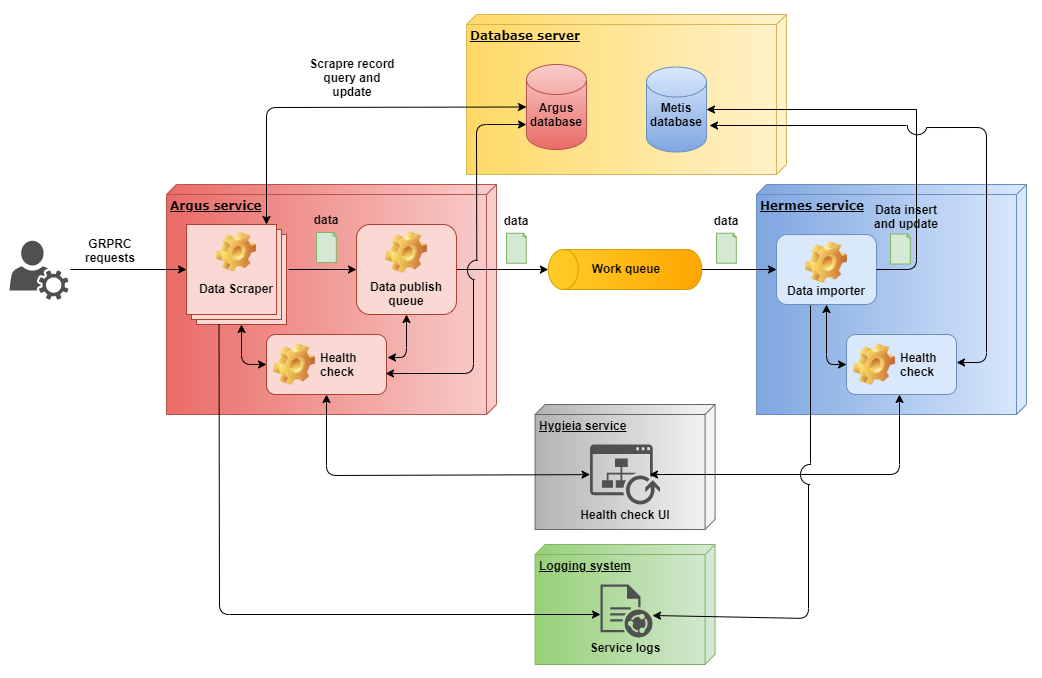
weizhi-luo/stocks keeps this draw.io diagram as doc/images/overview.png. Above is the earlier version. Source tidied: cells renumbered, new cells last; positions are measured from the earlier drawing's top-left corner, leaving out a move shared by most shapes.
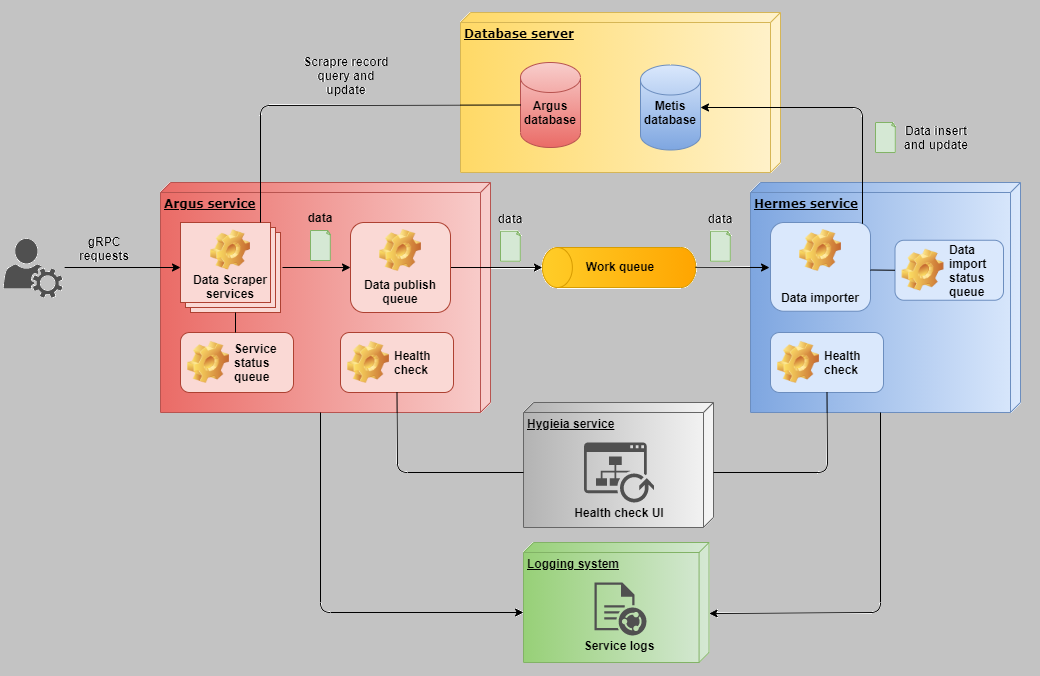
The same file after the commit.

Diff of the diagram source:
```diff
@@ -24,9 +24,9 @@
       <mxGeometry x="347" y="210" width="100" height="90" as="geometry" />
     </mxCell>
     <mxCell id="9" style="verticalLabelPosition=bottom;verticalAlign=top;html=1;shape=mxgraph.basic.layered_rect;dx=10;outlineConnect=0;fillColor=#fad9d5;strokeColor=#ae4132;" parent="1" vertex="1">
-      <mxGeometry x="177" y="210" width="100" height="100" as="geometry" />
+      <mxGeometry x="177" y="210" width="100" height="90" as="geometry" />
     </mxCell>
-    <mxCell id="10" value="&lt;b&gt;Data Scraper&lt;/b&gt;" style="text;html=1;strokeColor=none;fillColor=none;align=center;verticalAlign=middle;whiteSpace=wrap;rounded=0;" parent="1" vertex="1">
+    <mxCell id="10" value="&lt;b&gt;Data Scraper services&lt;/b&gt;" style="text;html=1;strokeColor=none;fillColor=none;align=center;verticalAlign=middle;whiteSpace=wrap;rounded=0;" parent="1" vertex="1">
       <mxGeometry x="187" y="263.8" width="80" height="20" as="geometry" />
     </mxCell>
     <mxCell id="11" style="edgeStyle=orthogonalEdgeStyle;rounded=0;orthogonalLoop=1;jettySize=auto;html=1;exitX=0.5;exitY=1;exitDx=0;exitDy=0;" parent="1" edge="1" source="8" target="8">
@@ -39,7 +39,7 @@
       <mxGeometry x="497" y="218.8" width="20" height="30" as="geometry" />
     </mxCell>
     <mxCell id="14" value="Data importer" style="label;whiteSpace=wrap;html=1;align=center;verticalAlign=bottom;spacingLeft=0;spacingBottom=4;imageAlign=center;imageVerticalAlign=top;image=img/clipart/Gear_128x128.png;fillColor=#dae8fc;strokeColor=#6c8ebf;" parent="1" vertex="1">
-      <mxGeometry x="767" y="220" width="100" height="70" as="geometry" />
+      <mxGeometry x="767" y="210" width="100" height="88.8" as="geometry" />
     </mxCell>
     <mxCell id="15" style="whiteSpace=wrap;html=1;shape=mxgraph.basic.document;fillColor=#d5e8d4;strokeColor=#82b366;" parent="1" vertex="1">
       <mxGeometry x="707" y="218.8" width="20" height="30" as="geometry" />
@@ -65,7 +65,7 @@
     <mxCell id="22" value="&lt;b&gt;data&lt;/b&gt;" style="text;html=1;strokeColor=none;fillColor=none;align=center;verticalAlign=middle;whiteSpace=wrap;rounded=0;" parent="1" vertex="1">
       <mxGeometry x="697" y="196" width="40" height="20" as="geometry" />
     </mxCell>
-    <mxCell id="23" style="endArrow=classic;startArrow=classic;html=1;exitX=0.8;exitY=0;exitDx=0;exitDy=0;exitPerimeter=0;entryX=0;entryY=0.5;entryDx=0;entryDy=0;entryPerimeter=0;" parent="1" edge="1" source="9" target="16">
+    <mxCell id="23" style="endArrow=none;startArrow=none;html=1;exitX=0.8;exitY=0;exitDx=0;exitDy=0;exitPerimeter=0;entryX=0;entryY=0.5;entryDx=0;entryDy=0;entryPerimeter=0;startFill=0;endFill=0;" parent="1" edge="1" source="9" target="16">
       <mxGeometry relative="1" as="geometry">
         <Array as="points">
           <mxPoint x="257" y="93" />
@@ -75,101 +75,35 @@
     <mxCell id="24" value="&lt;b&gt;Scrapre record query and update&lt;/b&gt;" style="text;html=1;strokeColor=none;fillColor=none;align=center;verticalAlign=middle;whiteSpace=wrap;rounded=0;" parent="1" vertex="1">
       <mxGeometry x="297" y="52.5" width="92" height="20" as="geometry" />
     </mxCell>
-    <mxCell id="25" style="endArrow=classic;html=1;entryX=1;entryY=0.5;entryDx=0;entryDy=0;entryPerimeter=0;startArrow=none;" parent="1" edge="1" target="17">
+    <mxCell id="25" style="endArrow=classic;html=1;entryX=1;entryY=0.5;entryDx=0;entryDy=0;entryPerimeter=0;startArrow=none;endFill=1;exitX=0.92;exitY=0.014;exitDx=0;exitDy=0;exitPerimeter=0;" parent="1" edge="1" source="14" target="17">
       <mxGeometry relative="1" as="geometry">
-        <mxPoint x="907" y="95" as="sourcePoint" />
+        <Array as="points">
+          <mxPoint x="859" y="95" />
+        </Array>
       </mxGeometry>
     </mxCell>
     <mxCell id="26" value="&lt;b&gt;Data insert and update&lt;/b&gt;" style="text;html=1;strokeColor=none;fillColor=none;align=center;verticalAlign=middle;whiteSpace=wrap;rounded=0;" parent="1" vertex="1">
-      <mxGeometry x="864" y="191.8" width="66" height="20" as="geometry" />
+      <mxGeometry x="900" y="115" width="66" height="20" as="geometry" />
     </mxCell>
     <mxCell id="27" style="whiteSpace=wrap;html=1;shape=mxgraph.basic.document;fillColor=#d5e8d4;strokeColor=#82b366;" parent="1" vertex="1">
-      <mxGeometry x="881" y="219.5" width="20" height="30" as="geometry" />
+      <mxGeometry x="872" y="110" width="20" height="30" as="geometry" />
     </mxCell>
     <mxCell id="28" style="shape=image;html=1;verticalLabelPosition=bottom;verticalAlign=top;imageAspect=0;image=img/clipart/Gear_128x128.png;" parent="1" vertex="1">
       <mxGeometry x="207" y="217.5" width="40" height="40" as="geometry" />
     </mxCell>
-    <mxCell id="29" style="endArrow=classic;html=1;exitX=0.5;exitY=1;exitDx=0;exitDy=0;exitPerimeter=0;entryX=0;entryY=0.5;entryDx=0;entryDy=0;" parent="1" edge="1" source="5" target="14">
-      <mxGeometry relative="1" as="geometry" />
-    </mxCell>
     <mxCell id="30" value="Health check" style="label;whiteSpace=wrap;html=1;image=img/clipart/Gear_128x128.png;fillColor=#fad9d5;strokeColor=#ae4132;" parent="1" vertex="1">
-      <mxGeometry x="257" y="320" width="120" height="60" as="geometry" />
+      <mxGeometry x="337" y="320" width="113" height="60" as="geometry" />
     </mxCell>
     <mxCell id="31" value="Health check" style="label;whiteSpace=wrap;html=1;image=img/clipart/Gear_128x128.png;fillColor=#dae8fc;strokeColor=#6c8ebf;" parent="1" vertex="1">
-      <mxGeometry x="837" y="320" width="110" height="60" as="geometry" />
+      <mxGeometry x="767" y="320" width="113" height="60" as="geometry" />
     </mxCell>
-    <mxCell id="32" style="endArrow=classic;html=1;entryX=0;entryY=0.5;entryDx=0;entryDy=0;exitX=1.02;exitY=0.45;exitDx=0;exitDy=0;exitPerimeter=0;" parent="1" edge="1" source="9" target="8">
-      <mxGeometry relative="1" as="geometry" />
+    <mxCell id="32" style="endArrow=classic;html=1;entryX=0;entryY=0.5;entryDx=0;entryDy=0;" parent="1" edge="1" target="8">
+      <mxGeometry relative="1" as="geometry">
+        <mxPoint x="279" y="255" as="sourcePoint" />
+      </mxGeometry>
     </mxCell>
-    <mxCell id="33" style="verticalLabelPosition=bottom;verticalAlign=top;html=1;shape=mxgraph.basic.arc;startAngle=0.5389895651886847;endAngle=0.015862758715276787;" parent="1" vertex="1">
-      <mxGeometry x="458" y="245.8" width="18.6" height="20" as="geometry" />
-    </mxCell>
-    <mxCell id="34" style="endArrow=classic;html=1;" parent="1" edge="1" source="33">
-      <mxGeometry relative="1" as="geometry">
-        <mxPoint x="517" y="110" as="targetPoint" />
-        <Array as="points">
-          <mxPoint x="467" y="110" />
-        </Array>
-      </mxGeometry>
-    </mxCell>
-    <mxCell id="35" style="endArrow=none;html=1;exitX=0.992;exitY=0.65;exitDx=0;exitDy=0;entryX=0.323;entryY=0.963;entryDx=0;entryDy=0;entryPerimeter=0;exitPerimeter=0;startArrow=classic;startFill=1;" parent="1" edge="1" source="30" target="33">
-      <mxGeometry relative="1" as="geometry">
-        <Array as="points">
-          <mxPoint x="464" y="359" />
-        </Array>
-      </mxGeometry>
-    </mxCell>
-    <mxCell id="36" style="endArrow=classic;html=1;exitX=1.008;exitY=0.383;exitDx=0;exitDy=0;exitPerimeter=0;entryX=0.5;entryY=1;entryDx=0;entryDy=0;startArrow=classic;startFill=1;" parent="1" edge="1" source="30" target="8">
-      <mxGeometry relative="1" as="geometry">
-        <Array as="points">
-          <mxPoint x="397" y="343" />
-        </Array>
-      </mxGeometry>
-    </mxCell>
-    <mxCell id="37" style="endArrow=classic;html=1;entryX=0;entryY=0;entryDx=55;entryDy=100;entryPerimeter=0;exitX=0;exitY=0.5;exitDx=0;exitDy=0;startArrow=classic;startFill=1;" parent="1" edge="1" source="30" target="9">
-      <mxGeometry relative="1" as="geometry">
-        <Array as="points">
-          <mxPoint x="232" y="350" />
-        </Array>
-      </mxGeometry>
-    </mxCell>
-    <mxCell id="38" style="endArrow=classic;html=1;exitX=0;exitY=0.5;exitDx=0;exitDy=0;entryX=0.5;entryY=1;entryDx=0;entryDy=0;startArrow=classic;startFill=1;" parent="1" edge="1" source="31" target="14">
-      <mxGeometry relative="1" as="geometry">
-        <Array as="points">
-          <mxPoint x="817" y="350" />
-        </Array>
-      </mxGeometry>
-    </mxCell>
-    <mxCell id="39" style="verticalLabelPosition=bottom;verticalAlign=top;html=1;shape=mxgraph.basic.arc;startAngle=0.5389895651886847;endAngle=0.015862758715276787;rotation=-92;" parent="1" vertex="1">
-      <mxGeometry x="898.4" y="101" width="18.6" height="20" as="geometry" />
-    </mxCell>
-    <mxCell id="40" style="endArrow=none;html=1;exitX=1;exitY=0.5;exitDx=0;exitDy=0;" parent="1" edge="1" source="14">
-      <mxGeometry relative="1" as="geometry">
-        <mxPoint x="907" y="95" as="targetPoint" />
-        <Array as="points">
-          <mxPoint x="907" y="255" />
-          <mxPoint x="907" y="95" />
-        </Array>
-      </mxGeometry>
-    </mxCell>
-    <mxCell id="41" style="endArrow=classic;html=1;entryX=1.05;entryY=0.747;entryDx=0;entryDy=0;entryPerimeter=0;" parent="1" edge="1">
-      <mxGeometry relative="1" as="geometry">
-        <mxPoint x="897" y="111" as="sourcePoint" />
-        <mxPoint x="700" y="111" as="targetPoint" />
-      </mxGeometry>
-    </mxCell>
-    <mxCell id="42" style="endArrow=none;html=1;entryX=0.267;entryY=0.957;entryDx=0;entryDy=0;entryPerimeter=0;startArrow=classic;startFill=1;" parent="1" edge="1">
-      <mxGeometry relative="1" as="geometry">
-        <mxPoint x="947" y="348" as="sourcePoint" />
-        <mxPoint x="917" y="113" as="targetPoint" />
-        <Array as="points">
-          <mxPoint x="977" y="348" />
-          <mxPoint x="977" y="113" />
-        </Array>
-      </mxGeometry>
-    </mxCell>
     <mxCell id="43" value="&lt;b&gt;Hygieia service&lt;/b&gt;" style="verticalAlign=top;align=left;spacingTop=8;spacingLeft=2;spacingRight=12;shape=cube;size=10;direction=south;fontStyle=4;html=1;gradientColor=#b3b3b3;fillColor=#f5f5f5;strokeColor=#666666;" parent="1" vertex="1">
-      <mxGeometry x="525.6" y="390" width="180" height="125" as="geometry" />
+      <mxGeometry x="520" y="390" width="190" height="125" as="geometry" />
     </mxCell>
     <mxCell id="44" style="shadow=0;dashed=0;html=1;strokeColor=none;fillColor=#505050;labelPosition=center;verticalLabelPosition=bottom;verticalAlign=top;outlineConnect=0;align=center;shape=mxgraph.office.sites.publish;" parent="1" vertex="1">
       <mxGeometry x="580.6" y="430" width="70" height="60" as="geometry" />
@@ -180,7 +114,7 @@
     <mxCell id="46" style="shadow=0;dashed=0;html=1;strokeColor=none;fillColor=#505050;labelPosition=center;verticalLabelPosition=bottom;verticalAlign=top;align=center;shape=mxgraph.office.users.user_services;" parent="1" vertex="1">
       <mxGeometry y="226.2" width="59" height="59" as="geometry" />
     </mxCell>
-    <mxCell id="47" value="&lt;b&gt;GRPRC requests&lt;/b&gt;" style="text;html=1;strokeColor=none;fillColor=none;align=center;verticalAlign=middle;whiteSpace=wrap;rounded=0;" parent="1" vertex="1">
+    <mxCell id="47" value="&lt;b&gt;gRPC requests&lt;/b&gt;" style="text;html=1;strokeColor=none;fillColor=none;align=center;verticalAlign=middle;whiteSpace=wrap;rounded=0;" parent="1" vertex="1">
       <mxGeometry x="81" y="225.8" width="40" height="20" as="geometry" />
     </mxCell>
     <mxCell id="48" style="endArrow=classic;html=1;entryX=0;entryY=0;entryDx=0;entryDy=45;entryPerimeter=0;" parent="1" edge="1" target="9">
@@ -189,7 +123,7 @@
       </mxGeometry>
     </mxCell>
     <mxCell id="49" value="&lt;b&gt;Logging system&lt;/b&gt;" style="verticalAlign=top;align=left;spacingTop=8;spacingLeft=2;spacingRight=12;shape=cube;size=10;direction=south;fontStyle=4;html=1;fillColor=#d5e8d4;strokeColor=#82b366;gradientColor=#97d077;" parent="1" vertex="1">
-      <mxGeometry x="525.6" y="530" width="180" height="120" as="geometry" />
+      <mxGeometry x="520" y="530" width="185.6" height="120" as="geometry" />
     </mxCell>
     <mxCell id="50" style="shadow=0;dashed=0;html=1;strokeColor=none;fillColor=#505050;labelPosition=center;verticalLabelPosition=bottom;verticalAlign=top;align=center;shape=mxgraph.office.concepts.document_shared;" parent="1" vertex="1">
       <mxGeometry x="591" y="570" width="52" height="53" as="geometry" />
@@ -197,46 +131,59 @@
     <mxCell id="51" value="&lt;b&gt;Service logs&lt;/b&gt;" style="text;html=1;strokeColor=none;fillColor=none;align=center;verticalAlign=middle;whiteSpace=wrap;rounded=0;" parent="1" vertex="1">
       <mxGeometry x="565.6" y="623" width="100" height="20" as="geometry" />
     </mxCell>
-    <mxCell id="52" style="endArrow=classic;html=1;exitX=0;exitY=0;exitDx=32.5;exitDy=100;exitPerimeter=0;" parent="1" edge="1" source="9">
+    <mxCell id="52" style="endArrow=classic;html=1;endFill=1;exitX=0;exitY=0;exitDx=230;exitDy=170;exitPerimeter=0;" parent="1" edge="1" source="2">
       <mxGeometry relative="1" as="geometry">
-        <mxPoint x="591" y="600" as="targetPoint" />
+        <mxPoint x="520" y="600" as="targetPoint" />
         <Array as="points">
-          <mxPoint x="210" y="600" />
+          <mxPoint x="317" y="600" />
         </Array>
       </mxGeometry>
     </mxCell>
-    <mxCell id="53" style="verticalLabelPosition=bottom;verticalAlign=top;html=1;shape=mxgraph.basic.arc;startAngle=0.5047732166712652;endAngle=0.015862758715276787;" parent="1" vertex="1">
-      <mxGeometry x="791" y="450" width="18.6" height="20" as="geometry" />
-    </mxCell>
-    <mxCell id="54" style="endArrow=classic;html=1;" parent="1" edge="1">
+    <mxCell id="54" style="endArrow=classic;html=1;exitX=0;exitY=0;exitDx=230;exitDy=140;exitPerimeter=0;" parent="1" edge="1" source="3">
       <mxGeometry relative="1" as="geometry">
-        <mxPoint x="799" y="470" as="sourcePoint" />
-        <mxPoint x="643" y="601" as="targetPoint" />
+        <mxPoint x="705.6" y="601" as="targetPoint" />
         <Array as="points">
-          <mxPoint x="799" y="604" />
+          <mxPoint x="877" y="600" />
         </Array>
       </mxGeometry>
     </mxCell>
-    <mxCell id="55" style="endArrow=none;html=1;" parent="1" edge="1">
-      <mxGeometry relative="1" as="geometry">
-        <mxPoint x="801" y="449" as="sourcePoint" />
-        <mxPoint x="801" y="291" as="targetPoint" />
-      </mxGeometry>
-    </mxCell>
-    <mxCell id="56" style="endArrow=classic;startArrow=classic;html=1;exitX=0.5;exitY=1;exitDx=0;exitDy=0;" parent="1" edge="1" source="30" target="44">
+    <mxCell id="56" style="endArrow=none;startArrow=none;html=1;exitX=0.5;exitY=1;exitDx=0;exitDy=0;endFill=0;startFill=0;" parent="1" edge="1" source="30">
       <mxGeometry relative="1" as="geometry">
+        <mxPoint x="520" y="460" as="targetPoint" />
         <Array as="points">
-          <mxPoint x="317" y="461" />
+          <mxPoint x="394" y="460" />
         </Array>
       </mxGeometry>
     </mxCell>
-    <mxCell id="57" style="endArrow=classic;startArrow=classic;html=1;exitX=0.849;exitY=0.5;exitDx=0;exitDy=0;exitPerimeter=0;" parent="1" edge="1" source="44">
+    <mxCell id="57" style="endArrow=none;startArrow=none;html=1;endFill=0;startFill=0;entryX=0.5;entryY=1;entryDx=0;entryDy=0;" parent="1" edge="1" target="31">
       <mxGeometry relative="1" as="geometry">
-        <mxPoint x="890" y="380" as="targetPoint" />
+        <mxPoint x="710" y="460" as="sourcePoint" />
         <Array as="points">
-          <mxPoint x="890" y="460" />
+          <mxPoint x="824" y="460" />
         </Array>
       </mxGeometry>
     </mxCell>
+    <mxCell id="58" style="endArrow=classic;html=1;strokeWidth=1;entryX=-0.01;entryY=0.575;entryDx=0;entryDy=0;entryPerimeter=0;" parent="1" edge="1">
+      <mxGeometry relative="1" as="geometry">
+        <mxPoint x="692" y="254.8" as="sourcePoint" />
+        <mxPoint x="766" y="255" as="targetPoint" />
+      </mxGeometry>
+    </mxCell>
+    <mxCell id="59" value="Service status queue" style="label;whiteSpace=wrap;html=1;image=img/clipart/Gear_128x128.png;strokeWidth=1;fillColor=#fad9d5;strokeColor=#ae4132;" parent="1" vertex="1">
+      <mxGeometry x="177" y="320" width="113" height="60" as="geometry" />
+    </mxCell>
+    <mxCell id="60" style="endArrow=none;html=1;strokeWidth=1;entryX=0;entryY=0;entryDx=55;entryDy=90;entryPerimeter=0;" parent="1" edge="1" target="9">
+      <mxGeometry relative="1" as="geometry">
+        <mxPoint x="232" y="320" as="sourcePoint" />
+      </mxGeometry>
+    </mxCell>
+    <mxCell id="61" value="Data import status queue" style="label;whiteSpace=wrap;html=1;image=img/clipart/Gear_128x128.png;strokeWidth=1;fillColor=#dae8fc;strokeColor=#6c8ebf;" parent="1" vertex="1">
+      <mxGeometry x="891.5" y="227.8" width="108.5" height="60" as="geometry" />
+    </mxCell>
+    <mxCell id="62" style="endArrow=none;html=1;strokeWidth=1;entryX=0;entryY=0.5;entryDx=0;entryDy=0;" parent="1" edge="1" target="61">
+      <mxGeometry relative="1" as="geometry">
+        <mxPoint x="867" y="257.5" as="sourcePoint" />
+      </mxGeometry>
+    </mxCell>
   </root>
 </mxGraphModel>
```
